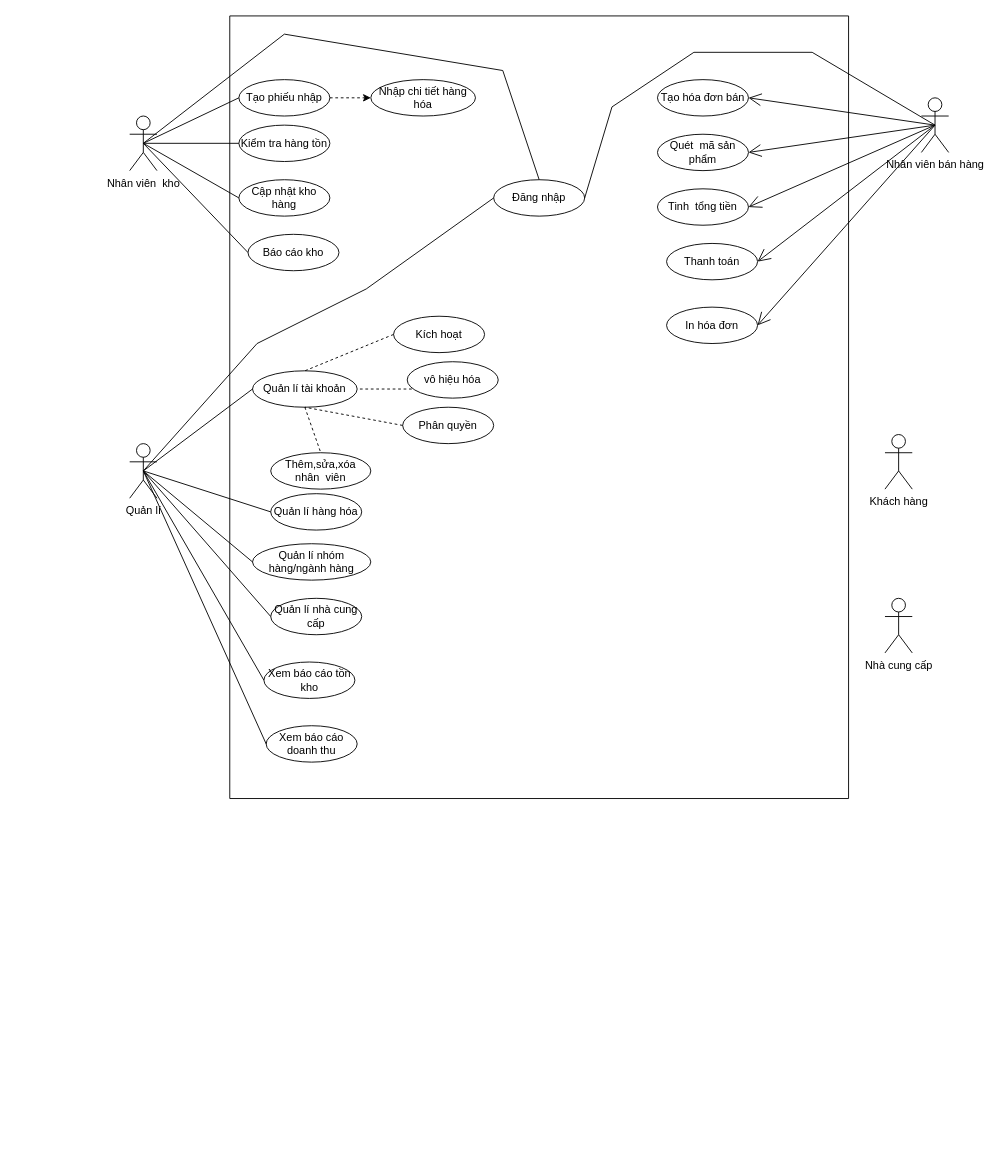
RomJoke/K keeps this draw.io diagram as usecase.drawio. Above is the earlier version. Source tidied: cells renumbered, new cells numbered last; positions are measured from the earlier drawing's top-left corner, leaving out a move shared by most shapes. Both pictures are drawn from the tidied source at 91%, with x=0, y=0 at pixel (129, 15).
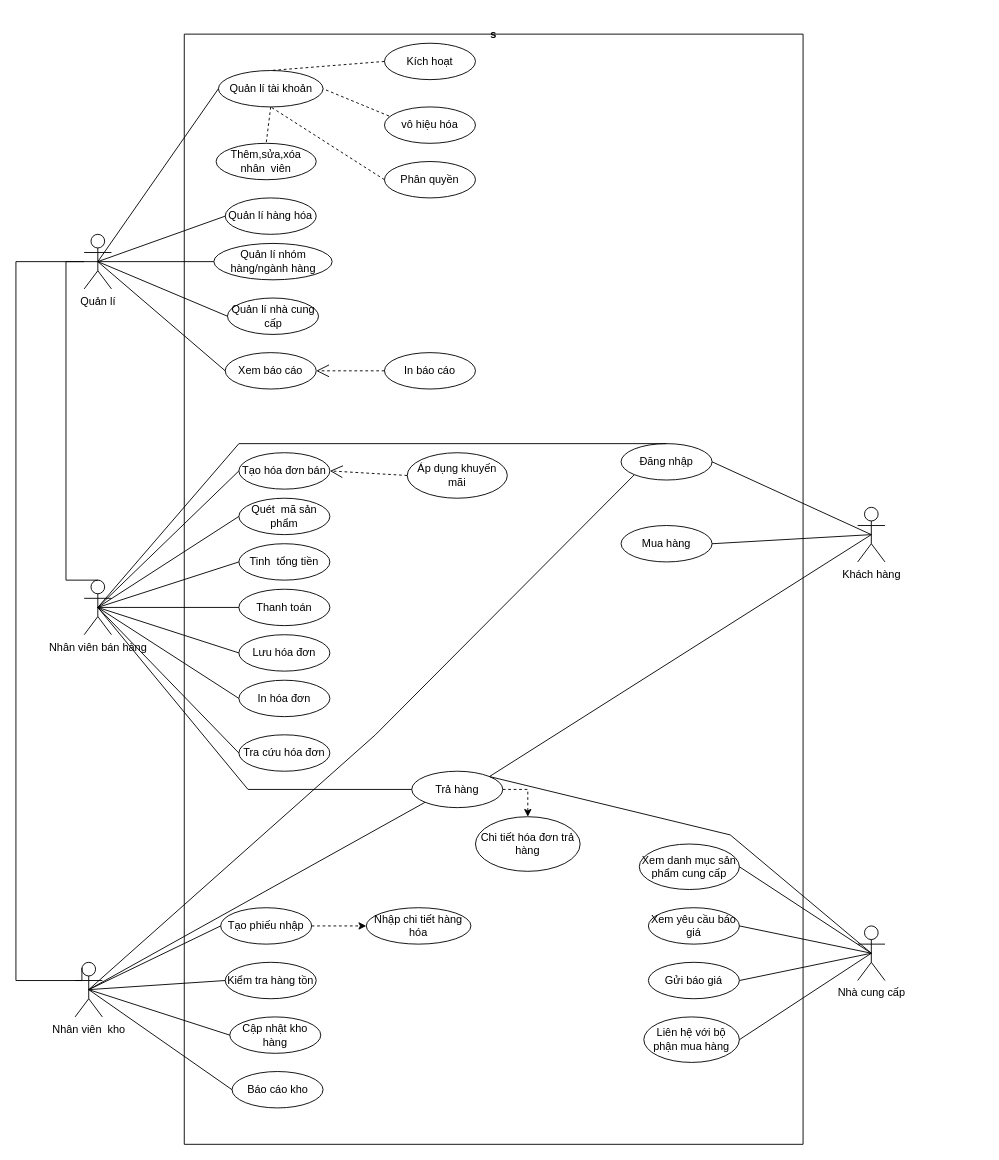
Above is the later version.

The edit, as a diff of the source:
```diff
@@
     <mxCell id="2" value="Nhân viên&amp;nbsp; kho" style="shape=umlActor;verticalLabelPosition=bottom;verticalAlign=top;html=1;outlineConnect=0;" parent="1" vertex="1">
-      <mxGeometry y="110" width="30" height="60" as="geometry" />
+      <mxGeometry x="-60" y="1040" width="30" height="60" as="geometry" />
     </mxCell>
-    <mxCell id="3" style="swimlane;startSize=0;" parent="1" vertex="1">
-      <mxGeometry x="110" width="680" height="860" as="geometry" />
+    <mxCell id="3" value="s" style="swimlane;startSize=0;" parent="1" vertex="1">
+      <mxGeometry x="60" y="20" width="680" height="1220" as="geometry" />
     </mxCell>
     <mxCell id="4" value="Cập nhật kho hàng" style="ellipse;whiteSpace=wrap;html=1;align=center;" parent="3" vertex="1">
-      <mxGeometry x="10" y="180" width="100" height="40" as="geometry" />
+      <mxGeometry x="50" y="1080" width="100" height="40" as="geometry" />
     </mxCell>
@@
     <mxCell id="6" value="Tạo phiếu nhập" style="ellipse;whiteSpace=wrap;html=1;align=center;" parent="3" vertex="1">
-      <mxGeometry x="10" y="70" width="100" height="40" as="geometry" />
+      <mxGeometry x="40" y="960" width="100" height="40" as="geometry" />
     </mxCell>
     <mxCell id="7" value="Nhập chi tiết hàng hóa" style="ellipse;whiteSpace=wrap;html=1;align=center;" parent="3" vertex="1">
-      <mxGeometry x="155" y="70" width="115" height="40" as="geometry" />
+      <mxGeometry x="200" y="960" width="115" height="40" as="geometry" />
     </mxCell>
     <mxCell id="8" value="Kiểm tra hàng tồn" style="ellipse;whiteSpace=wrap;html=1;align=center;" parent="3" vertex="1">
-      <mxGeometry x="10" y="120" width="100" height="40" as="geometry" />
+      <mxGeometry x="45" y="1020" width="100" height="40" as="geometry" />
     </mxCell>
     <mxCell id="9" value="Báo cáo kho" style="ellipse;whiteSpace=wrap;html=1;align=center;" parent="3" vertex="1">
-      <mxGeometry x="20" y="240" width="100" height="40" as="geometry" />
+      <mxGeometry x="52.5" y="1140" width="100" height="40" as="geometry" />
     </mxCell>
     <mxCell id="10" value="Thêm,sửa,xóa nhân&amp;nbsp; viên" style="ellipse;whiteSpace=wrap;html=1;align=center;" parent="3" vertex="1">
-      <mxGeometry x="45" y="480" width="110" height="40" as="geometry" />
+      <mxGeometry x="35" y="120" width="110" height="40" as="geometry" />
     </mxCell>
     <mxCell id="11" value="Quản lí tài khoản" style="ellipse;whiteSpace=wrap;html=1;align=center;" parent="3" vertex="1">
-      <mxGeometry x="25" y="390" width="115" height="40" as="geometry" />
+      <mxGeometry x="37.5" y="40" width="115" height="40" as="geometry" />
     </mxCell>
     <mxCell id="12" value="Quản lí hàng hóa" style="ellipse;whiteSpace=wrap;html=1;align=center;" parent="3" vertex="1">
-      <mxGeometry x="45" y="525" width="100" height="40" as="geometry" />
+      <mxGeometry x="45" y="180" width="100" height="40" as="geometry" />
     </mxCell>
     <mxCell id="13" value="Quản lí nhóm hàng/ngành hàng" style="ellipse;whiteSpace=wrap;html=1;align=center;" parent="3" vertex="1">
-      <mxGeometry x="25" y="580" width="130" height="40" as="geometry" />
+      <mxGeometry x="32.5" y="230" width="130" height="40" as="geometry" />
     </mxCell>
     <mxCell id="14" value="Quản lí nhà cung cấp" style="ellipse;whiteSpace=wrap;html=1;align=center;" parent="3" vertex="1">
-      <mxGeometry x="45" y="640" width="100" height="40" as="geometry" />
+      <mxGeometry x="47.5" y="290" width="100" height="40" as="geometry" />
     </mxCell>
-    <mxCell id="15" value="Xem báo cáo tồn kho" style="ellipse;whiteSpace=wrap;html=1;align=center;" parent="3" vertex="1">
-      <mxGeometry x="37.5" y="710" width="100" height="40" as="geometry" />
+    <mxCell id="15" value="Xem báo cáo" style="ellipse;whiteSpace=wrap;html=1;align=center;" parent="3" vertex="1">
+      <mxGeometry x="45" y="350" width="100" height="40" as="geometry" />
     </mxCell>
-    <mxCell id="16" value="Xem báo cáo doanh thu" style="ellipse;whiteSpace=wrap;html=1;align=center;" parent="3" vertex="1">
-      <mxGeometry x="40" y="780" width="100" height="40" as="geometry" />
-    </mxCell>
     <mxCell id="17" value="Kích hoạt" style="ellipse;whiteSpace=wrap;html=1;align=center;" parent="3" vertex="1">
-      <mxGeometry x="180" y="330" width="100" height="40" as="geometry" />
+      <mxGeometry x="220" y="10" width="100" height="40" as="geometry" />
     </mxCell>
     <mxCell id="18" value="vô hiệu hóa" style="ellipse;whiteSpace=wrap;html=1;align=center;" parent="3" vertex="1">
-      <mxGeometry x="195" y="380" width="100" height="40" as="geometry" />
+      <mxGeometry x="220" y="80" width="100" height="40" as="geometry" />
     </mxCell>
     <mxCell id="19" value="Phân quyền" style="ellipse;whiteSpace=wrap;html=1;align=center;" parent="3" vertex="1">
-      <mxGeometry x="190" y="430" width="100" height="40" as="geometry" />
+      <mxGeometry x="220" y="140" width="100" height="40" as="geometry" />
     </mxCell>
     <mxCell id="20" style="endArrow=none;endFill=0;endSize=12;html=1;rounded=0;exitX=0;exitY=0.5;exitDx=0;exitDy=0;entryX=1;entryY=0.5;entryDx=0;entryDy=0;startFill=0;dashed=1;" parent="3" edge="1" target="11">
       <mxGeometry relative="1" as="geometry">
-        <mxPoint x="200" y="410" as="sourcePoint" />
+        <mxPoint x="225" y="90" as="sourcePoint" />
       </mxGeometry>
     </mxCell>
     <mxCell id="21" value="Tạo hóa đơn bán" style="ellipse;whiteSpace=wrap;html=1;align=center;" parent="3" vertex="1">
-      <mxGeometry x="470" y="70" width="100" height="40" as="geometry" />
+      <mxGeometry x="60" y="460" width="100" height="40" as="geometry" />
     </mxCell>
     <mxCell id="22" value="Quét&amp;nbsp; mã sản phẩm" style="ellipse;whiteSpace=wrap;html=1;align=center;" parent="3" vertex="1">
-      <mxGeometry x="470" y="130" width="100" height="40" as="geometry" />
+      <mxGeometry x="60" y="510" width="100" height="40" as="geometry" />
     </mxCell>
     <mxCell id="23" value="Tinh&amp;nbsp; tổng tiền" style="ellipse;whiteSpace=wrap;html=1;align=center;" parent="3" vertex="1">
-      <mxGeometry x="470" y="190" width="100" height="40" as="geometry" />
+      <mxGeometry x="60" y="560" width="100" height="40" as="geometry" />
     </mxCell>
     <mxCell id="24" value="Thanh toán" style="ellipse;whiteSpace=wrap;html=1;align=center;" parent="3" vertex="1">
-      <mxGeometry x="480" y="250" width="100" height="40" as="geometry" />
+      <mxGeometry x="60" y="610" width="100" height="40" as="geometry" />
     </mxCell>
     <mxCell id="25" value="In hóa đơn" style="ellipse;whiteSpace=wrap;html=1;align=center;" parent="3" vertex="1">
-      <mxGeometry x="480" y="320" width="100" height="40" as="geometry" />
+      <mxGeometry x="60" y="710" width="100" height="40" as="geometry" />
     </mxCell>
@@
     <mxCell id="28" value="Đăng nhập" style="ellipse;whiteSpace=wrap;html=1;align=center;" parent="3" vertex="1">
-      <mxGeometry x="290" y="180" width="100" height="40" as="geometry" />
+      <mxGeometry x="480" y="450" width="100" height="40" as="geometry" />
     </mxCell>
@@
+    <mxCell id="52" value="In báo cáo" style="ellipse;whiteSpace=wrap;html=1;align=center;" parent="3" vertex="1">
+      <mxGeometry x="220" y="350" width="100" height="40" as="geometry" />
+    </mxCell>
+    <mxCell id="53" style="endArrow=open;endFill=1;endSize=12;html=1;rounded=0;entryX=1;entryY=0.5;entryDx=0;entryDy=0;exitX=0;exitY=0.5;exitDx=0;exitDy=0;dashed=1;" parent="3" edge="1" source="52" target="15">
+      <mxGeometry relative="1" as="geometry" />
+    </mxCell>
+    <mxCell id="54" value="Áp dụng khuyến mãi" style="ellipse;whiteSpace=wrap;html=1;align=center;" parent="3" vertex="1">
+      <mxGeometry x="245" y="460" width="110" height="50" as="geometry" />
+    </mxCell>
+    <mxCell id="55" style="endArrow=open;endFill=1;endSize=12;html=1;rounded=0;entryX=1;entryY=0.5;entryDx=0;entryDy=0;exitX=0;exitY=0.5;exitDx=0;exitDy=0;dashed=1;" parent="3" edge="1" source="54" target="21">
+      <mxGeometry relative="1" as="geometry" />
+    </mxCell>
+    <mxCell id="56" value="Lưu hóa đơn" style="ellipse;whiteSpace=wrap;html=1;align=center;" parent="3" vertex="1">
+      <mxGeometry x="60" y="660" width="100" height="40" as="geometry" />
+    </mxCell>
+    <mxCell id="57" value="Trả hàng" style="ellipse;whiteSpace=wrap;html=1;align=center;" parent="3" vertex="1">
+      <mxGeometry x="250" y="810" width="100" height="40" as="geometry" />
+    </mxCell>
+    <mxCell id="58" value="Chi tiết hóa đơn trả hàng" style="ellipse;whiteSpace=wrap;html=1;align=center;" parent="3" vertex="1">
+      <mxGeometry x="320" y="860" width="115" height="60" as="geometry" />
+    </mxCell>
+    <mxCell id="59" style="edgeStyle=orthogonalEdgeStyle;rounded=0;jettySize=auto;html=1;exitX=1;exitY=0.5;exitDx=0;exitDy=0;entryX=0.5;entryY=0;entryDx=0;entryDy=0;dashed=1;" parent="3" edge="1" source="57" target="58">
+      <mxGeometry relative="1" as="geometry" />
+    </mxCell>
+    <mxCell id="60" value="Mua hàng" style="ellipse;whiteSpace=wrap;html=1;align=center;" parent="3" vertex="1">
+      <mxGeometry x="480" y="540" width="100" height="40" as="geometry" />
+    </mxCell>
+    <mxCell id="61" value="Tra cứu hóa đơn" style="ellipse;whiteSpace=wrap;html=1;align=center;" parent="3" vertex="1">
+      <mxGeometry x="60" y="770" width="100" height="40" as="geometry" />
+    </mxCell>
+    <mxCell id="62" value="Xem danh mục sản phẩm cung cấp" style="ellipse;whiteSpace=wrap;html=1;align=center;" parent="3" vertex="1">
+      <mxGeometry x="500" y="890" width="110" height="50" as="geometry" />
+    </mxCell>
+    <mxCell id="63" value="Xem yêu cầu báo giá" style="ellipse;whiteSpace=wrap;html=1;align=center;" parent="3" vertex="1">
+      <mxGeometry x="510" y="960" width="100" height="40" as="geometry" />
+    </mxCell>
+    <mxCell id="64" value="Gửi báo giá" style="ellipse;whiteSpace=wrap;html=1;align=center;" parent="3" vertex="1">
+      <mxGeometry x="510" y="1020" width="100" height="40" as="geometry" />
+    </mxCell>
+    <mxCell id="65" value="Liên hệ với bộ phận mua hàng" style="ellipse;whiteSpace=wrap;html=1;align=center;" parent="3" vertex="1">
+      <mxGeometry x="505" y="1080" width="105" height="50" as="geometry" />
+    </mxCell>
     <mxCell id="30" value="Nhân viên bán hàng" style="shape=umlActor;verticalLabelPosition=bottom;verticalAlign=top;html=1;outlineConnect=0;" parent="1" vertex="1">
-      <mxGeometry x="870" y="90" width="30" height="60" as="geometry" />
+      <mxGeometry x="-50" y="620" width="30" height="60" as="geometry" />
     </mxCell>
     <mxCell id="31" value="Quản lí" style="shape=umlActor;verticalLabelPosition=bottom;verticalAlign=top;html=1;outlineConnect=0;" parent="1" vertex="1">
-      <mxGeometry y="470" width="30" height="60" as="geometry" />
+      <mxGeometry x="-50" y="240" width="30" height="60" as="geometry" />
     </mxCell>
     <mxCell id="32" value="Nhà cung cấp" style="shape=umlActor;verticalLabelPosition=bottom;verticalAlign=top;html=1;outlineConnect=0;" parent="1" vertex="1">
-      <mxGeometry x="830" y="640" width="30" height="60" as="geometry" />
+      <mxGeometry x="800" y="1000" width="30" height="60" as="geometry" />
     </mxCell>
     <mxCell id="33" value="Khách hàng" style="shape=umlActor;verticalLabelPosition=bottom;verticalAlign=top;html=1;outlineConnect=0;" parent="1" vertex="1">
-      <mxGeometry x="830" y="460" width="30" height="60" as="geometry" />
+      <mxGeometry x="800" y="540" width="30" height="60" as="geometry" />
     </mxCell>
@@
-    <mxCell id="43" style="endArrow=none;endFill=1;endSize=12;html=1;rounded=0;exitX=0.5;exitY=0.5;exitDx=0;exitDy=0;exitPerimeter=0;entryX=0;entryY=0.5;entryDx=0;entryDy=0;startFill=0;" parent="1" edge="1" source="31" target="16">
-      <mxGeometry relative="1" as="geometry" />
-    </mxCell>
-    <mxCell id="44" style="endArrow=open;endFill=1;endSize=12;html=1;rounded=0;exitX=0.5;exitY=0.5;exitDx=0;exitDy=0;exitPerimeter=0;entryX=1;entryY=0.5;entryDx=0;entryDy=0;" parent="1" edge="1" source="30" target="21">
+    <mxCell id="44" style="endArrow=none;endFill=1;endSize=12;html=1;rounded=0;exitX=0.5;exitY=0.5;exitDx=0;exitDy=0;exitPerimeter=0;entryX=0;entryY=0.5;entryDx=0;entryDy=0;startFill=0;" parent="1" edge="1" source="30" target="21">
       <mxGeometry relative="1" as="geometry" />
     </mxCell>
-    <mxCell id="45" style="endArrow=open;endFill=1;endSize=12;html=1;rounded=0;exitX=0.5;exitY=0.5;exitDx=0;exitDy=0;exitPerimeter=0;entryX=1;entryY=0.5;entryDx=0;entryDy=0;" parent="1" edge="1" source="30" target="22">
+    <mxCell id="45" style="endArrow=none;endFill=1;endSize=12;html=1;rounded=0;exitX=0.5;exitY=0.5;exitDx=0;exitDy=0;exitPerimeter=0;entryX=0;entryY=0.5;entryDx=0;entryDy=0;startFill=0;" parent="1" edge="1" source="30" target="22">
       <mxGeometry relative="1" as="geometry" />
     </mxCell>
-    <mxCell id="46" style="endArrow=open;endFill=1;endSize=12;html=1;rounded=0;exitX=0.5;exitY=0.5;exitDx=0;exitDy=0;exitPerimeter=0;entryX=1;entryY=0.5;entryDx=0;entryDy=0;" parent="1" edge="1" source="30" target="23">
+    <mxCell id="46" style="endArrow=none;endFill=1;endSize=12;html=1;rounded=0;exitX=0.5;exitY=0.5;exitDx=0;exitDy=0;exitPerimeter=0;entryX=0;entryY=0.5;entryDx=0;entryDy=0;startFill=0;" parent="1" edge="1" source="30" target="23">
       <mxGeometry relative="1" as="geometry" />
     </mxCell>
-    <mxCell id="47" style="endArrow=open;endFill=1;endSize=12;html=1;rounded=0;exitX=0.5;exitY=0.5;exitDx=0;exitDy=0;exitPerimeter=0;entryX=1;entryY=0.5;entryDx=0;entryDy=0;" parent="1" edge="1" source="30" target="24">
+    <mxCell id="47" style="endArrow=none;endFill=1;endSize=12;html=1;rounded=0;exitX=0.5;exitY=0.5;exitDx=0;exitDy=0;exitPerimeter=0;entryX=0;entryY=0.5;entryDx=0;entryDy=0;startFill=0;" parent="1" edge="1" source="30" target="24">
       <mxGeometry relative="1" as="geometry" />
     </mxCell>
-    <mxCell id="48" style="endArrow=open;endFill=1;endSize=12;html=1;rounded=0;exitX=0.5;exitY=0.5;exitDx=0;exitDy=0;exitPerimeter=0;entryX=1;entryY=0.5;entryDx=0;entryDy=0;" parent="1" edge="1" source="30" target="25">
+    <mxCell id="48" style="endArrow=none;endFill=1;endSize=12;html=1;rounded=0;exitX=0.5;exitY=0.5;exitDx=0;exitDy=0;exitPerimeter=0;entryX=0;entryY=0.5;entryDx=0;entryDy=0;startFill=0;" parent="1" edge="1" source="30" target="25">
       <mxGeometry relative="1" as="geometry" />
     </mxCell>
-    <mxCell id="49" style="endArrow=none;endFill=1;endSize=12;html=1;rounded=0;exitX=0.5;exitY=0.5;exitDx=0;exitDy=0;exitPerimeter=0;entryX=0;entryY=0.5;entryDx=0;entryDy=0;startFill=0;" parent="1" edge="1" source="31" target="28">
-      <mxGeometry relative="1" as="geometry">
-        <Array as="points">
-          <mxPoint x="140" y="360" />
-          <mxPoint x="260" y="300" />
-        </Array>
-      </mxGeometry>
-    </mxCell>
-    <mxCell id="50" style="endArrow=none;endFill=1;endSize=12;html=1;rounded=0;exitX=1;exitY=0.5;exitDx=0;exitDy=0;entryX=0.5;entryY=0.5;entryDx=0;entryDy=0;startFill=0;entryPerimeter=0;" parent="1" edge="1" source="28" target="30">
-      <mxGeometry relative="1" as="geometry">
-        <Array as="points">
-          <mxPoint x="530" y="100" />
-          <mxPoint x="620" y="40" />
-          <mxPoint x="750" y="40" />
-        </Array>
-      </mxGeometry>
-    </mxCell>
-    <mxCell id="51" style="endArrow=none;endFill=1;endSize=12;html=1;rounded=0;exitX=0.5;exitY=0.5;exitDx=0;exitDy=0;exitPerimeter=0;entryX=0.5;entryY=0;entryDx=0;entryDy=0;startFill=0;" parent="1" edge="1" source="2" target="28">
+    <mxCell id="51" style="endArrow=none;endFill=1;endSize=12;html=1;rounded=0;exitX=0.5;exitY=0.5;exitDx=0;exitDy=0;exitPerimeter=0;entryX=0;entryY=1;entryDx=0;entryDy=0;startFill=0;" parent="1" edge="1" source="2" target="28">
       <mxGeometry relative="1" as="geometry">
         <Array as="points">
-          <mxPoint x="170" y="20" />
-          <mxPoint x="410" y="60" />
+          <mxPoint x="270" y="790" />
         </Array>
       </mxGeometry>
     </mxCell>
+    <mxCell id="66" style="edgeStyle=orthogonalEdgeStyle;rounded=0;jettySize=auto;html=1;exitX=0.5;exitY=0.5;exitDx=0;exitDy=0;exitPerimeter=0;entryX=0.25;entryY=0.1;entryDx=0;entryDy=0;entryPerimeter=0;endArrow=none;startFill=0;" parent="1" edge="1" target="2">
+      <mxGeometry relative="1" as="geometry">
+        <mxPoint x="-50" y="270" as="sourcePoint" />
+        <Array as="points">
+          <mxPoint x="-125" y="270" />
+          <mxPoint x="-125" y="1060" />
+          <mxPoint x="-52" y="1060" />
+        </Array>
+      </mxGeometry>
+    </mxCell>
+    <mxCell id="67" style="edgeStyle=orthogonalEdgeStyle;rounded=0;jettySize=auto;html=1;exitX=0.5;exitY=0.5;exitDx=0;exitDy=0;exitPerimeter=0;entryX=0.5;entryY=0;entryDx=0;entryDy=0;entryPerimeter=0;endArrow=none;startFill=0;" parent="1" edge="1" source="31" target="30">
+      <mxGeometry relative="1" as="geometry">
+        <Array as="points">
+          <mxPoint x="-70" y="270" />
+          <mxPoint x="-70" y="620" />
+        </Array>
+      </mxGeometry>
+    </mxCell>
+    <mxCell id="68" style="endArrow=none;endFill=1;endSize=12;html=1;rounded=0;exitX=0.5;exitY=0.5;exitDx=0;exitDy=0;exitPerimeter=0;entryX=0;entryY=0.5;entryDx=0;entryDy=0;startFill=0;" parent="1" edge="1" source="30" target="56">
+      <mxGeometry relative="1" as="geometry" />
+    </mxCell>
+    <mxCell id="69" style="endArrow=none;endFill=1;endSize=12;html=1;rounded=0;exitX=0.5;exitY=0.5;exitDx=0;exitDy=0;exitPerimeter=0;entryX=0;entryY=0.5;entryDx=0;entryDy=0;startFill=0;" parent="1" edge="1" source="30" target="57">
+      <mxGeometry relative="1" as="geometry">
+        <Array as="points">
+          <mxPoint x="130" y="850" />
+        </Array>
+      </mxGeometry>
+    </mxCell>
+    <mxCell id="70" style="endArrow=none;endFill=1;endSize=12;html=1;rounded=0;exitX=0.5;exitY=0.5;exitDx=0;exitDy=0;exitPerimeter=0;entryX=0;entryY=1;entryDx=0;entryDy=0;startFill=0;" parent="1" edge="1" source="2" target="57">
+      <mxGeometry relative="1" as="geometry" />
+    </mxCell>
+    <mxCell id="71" style="endArrow=none;endFill=1;endSize=12;html=1;rounded=0;exitX=1;exitY=0.5;exitDx=0;exitDy=0;entryX=0.5;entryY=0.5;entryDx=0;entryDy=0;startFill=0;entryPerimeter=0;" parent="1" edge="1" source="28" target="33">
+      <mxGeometry relative="1" as="geometry" />
+    </mxCell>
+    <mxCell id="72" style="endArrow=none;endFill=1;endSize=12;html=1;rounded=0;entryX=0.5;entryY=0.5;entryDx=0;entryDy=0;startFill=0;entryPerimeter=0;exitX=1;exitY=0.5;exitDx=0;exitDy=0;" parent="1" edge="1" source="60" target="33">
+      <mxGeometry relative="1" as="geometry" />
+    </mxCell>
+    <mxCell id="73" style="endArrow=none;endFill=1;endSize=12;html=1;rounded=0;exitX=1;exitY=0;exitDx=0;exitDy=0;entryX=0.5;entryY=0.5;entryDx=0;entryDy=0;startFill=0;entryPerimeter=0;" parent="1" edge="1" source="57" target="33">
+      <mxGeometry relative="1" as="geometry" />
+    </mxCell>
+    <mxCell id="74" style="endArrow=none;endFill=1;endSize=12;html=1;rounded=0;exitX=0.5;exitY=0.5;exitDx=0;exitDy=0;exitPerimeter=0;entryX=0.5;entryY=0;entryDx=0;entryDy=0;startFill=0;" parent="1" edge="1" source="30" target="28">
+      <mxGeometry relative="1" as="geometry">
+        <Array as="points">
+          <mxPoint x="120" y="470" />
+        </Array>
+      </mxGeometry>
+    </mxCell>
+    <mxCell id="75" style="endArrow=none;endFill=1;endSize=12;html=1;rounded=0;exitX=0.5;exitY=0.5;exitDx=0;exitDy=0;exitPerimeter=0;entryX=0;entryY=0.5;entryDx=0;entryDy=0;startFill=0;" parent="1" edge="1" source="30" target="61">
+      <mxGeometry relative="1" as="geometry" />
+    </mxCell>
+    <mxCell id="76" style="endArrow=none;endFill=1;endSize=12;html=1;rounded=0;exitX=1;exitY=0.5;exitDx=0;exitDy=0;entryX=0.5;entryY=0.5;entryDx=0;entryDy=0;startFill=0;entryPerimeter=0;" parent="1" edge="1" source="62" target="32">
+      <mxGeometry relative="1" as="geometry" />
+    </mxCell>
+    <mxCell id="77" style="endArrow=none;endFill=1;endSize=12;html=1;rounded=0;exitX=1;exitY=0.5;exitDx=0;exitDy=0;entryX=0.5;entryY=0.5;entryDx=0;entryDy=0;startFill=0;entryPerimeter=0;" parent="1" edge="1" source="63" target="32">
+      <mxGeometry relative="1" as="geometry" />
+    </mxCell>
+    <mxCell id="78" style="endArrow=none;endFill=1;endSize=12;html=1;rounded=0;exitX=1;exitY=0.5;exitDx=0;exitDy=0;entryX=0.5;entryY=0.5;entryDx=0;entryDy=0;startFill=0;entryPerimeter=0;" parent="1" edge="1" source="64" target="32">
+      <mxGeometry relative="1" as="geometry" />
+    </mxCell>
+    <mxCell id="79" style="endArrow=none;endFill=1;endSize=12;html=1;rounded=0;exitX=1;exitY=0.5;exitDx=0;exitDy=0;entryX=0.5;entryY=0.5;entryDx=0;entryDy=0;startFill=0;entryPerimeter=0;" parent="1" edge="1" source="65" target="32">
+      <mxGeometry relative="1" as="geometry" />
+    </mxCell>
+    <mxCell id="80" style="endArrow=none;endFill=1;endSize=12;html=1;rounded=0;exitX=1;exitY=0;exitDx=0;exitDy=0;entryX=0.5;entryY=0.5;entryDx=0;entryDy=0;startFill=0;entryPerimeter=0;" parent="1" edge="1" source="57" target="32">
+      <mxGeometry relative="1" as="geometry">
+        <Array as="points">
+          <mxPoint x="660" y="900" />
+        </Array>
+      </mxGeometry>
+    </mxCell>
```
